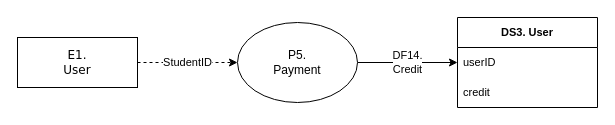
Before: page "P5" (6 of 6) of PETS/PETS_Project1_DFD.drawio in Tobi2K/diagrams.net, a draw.io diagram. Source tidied: cells renumbered, new cells numbered last; positions are measured from the earlier drawing's top-left corner, leaving out a move shared by most shapes. Both pictures are drawn from the tidied source at 100%, with x=0, y=0 at pixel (17, 17).
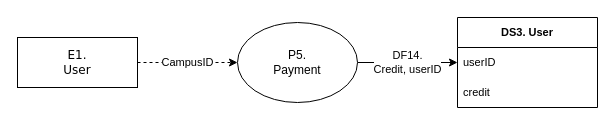
The same diagram, later.

What changed in the source:
```diff
@@
 <mxGraphModel>
   <root>
     <mxCell id="0" />
     <mxCell id="1" parent="0" />
-    <mxCell id="2" value="&lt;div&gt;StudentID&lt;br&gt;&lt;/div&gt;" style="edgeStyle=orthogonalEdgeStyle;rounded=0;jettySize=auto;html=1;exitX=1;exitY=0.5;exitDx=0;exitDy=0;entryX=0;entryY=0.5;entryDx=0;entryDy=0;dashed=1;" parent="1" edge="1" source="3" target="5">
+    <mxCell id="2" value="&lt;div&gt;CampusID&lt;/div&gt;" style="edgeStyle=orthogonalEdgeStyle;rounded=0;jettySize=auto;html=1;exitX=1;exitY=0.5;exitDx=0;exitDy=0;entryX=0;entryY=0.5;entryDx=0;entryDy=0;dashed=1;" parent="1" edge="1" source="3" target="5">
       <mxGeometry relative="1" as="geometry" />
     </mxCell>
     <mxCell id="3" value="&lt;div&gt;E1. &lt;br&gt;&lt;/div&gt;&lt;div&gt;User&lt;/div&gt;" style="whiteSpace=wrap;html=1;rounded=0;shadow=0;comic=0;labelBackgroundColor=none;strokeWidth=1;fontFamily=Verdana;fontSize=12;align=center;" parent="1" vertex="1">
       <mxGeometry y="20" width="120" height="50" as="geometry" />
     </mxCell>
-    <mxCell id="4" value="DF14.&lt;div&gt;Credit&lt;br&gt;&lt;/div&gt;" style="edgeStyle=orthogonalEdgeStyle;rounded=0;jettySize=auto;html=1;exitX=1;exitY=0.5;exitDx=0;exitDy=0;entryX=0;entryY=0.5;entryDx=0;entryDy=0;" parent="1" edge="1" source="5" target="6">
+    <mxCell id="4" value="DF14.&lt;div&gt;Credit, userID&lt;/div&gt;" style="edgeStyle=orthogonalEdgeStyle;rounded=0;jettySize=auto;html=1;exitX=1;exitY=0.5;exitDx=0;exitDy=0;entryX=0;entryY=0.5;entryDx=0;entryDy=0;" parent="1" edge="1" source="5" target="6">
       <mxGeometry relative="1" as="geometry" />
     </mxCell>
     <mxCell id="5" value="&lt;div&gt;P5.&lt;/div&gt;&lt;div&gt;Payment&lt;br&gt;&lt;/div&gt;" style="ellipse;whiteSpace=wrap;html=1;" parent="1" vertex="1">
       <mxGeometry x="220" y="5" width="120" height="80" as="geometry" />
     </mxCell>
     <mxCell id="6" value="&lt;b&gt;DS3. User&lt;br&gt;&lt;/b&gt;" style="swimlane;fontStyle=0;horizontal=1;startSize=30;whiteSpace=wrap;html=1;fontSize=11;" parent="1" vertex="1">
       <mxGeometry x="440" width="140" height="90" as="geometry" />
     </mxCell>
     <mxCell id="7" value="userID" style="text;strokeColor=none;fillColor=none;align=left;verticalAlign=middle;spacingLeft=4;spacingRight=4;overflow=hidden;whiteSpace=wrap;html=1;fontSize=11;" parent="6" vertex="1">
       <mxGeometry y="30" width="140" height="30" as="geometry" />
     </mxCell>
     <mxCell id="8" value="credit" style="text;strokeColor=none;fillColor=none;align=left;verticalAlign=middle;spacingLeft=4;spacingRight=4;overflow=hidden;whiteSpace=wrap;html=1;fontSize=11;" parent="6" vertex="1">
       <mxGeometry y="60" width="140" height="30" as="geometry" />
     </mxCell>
   </root>
 </mxGraphModel>
```
